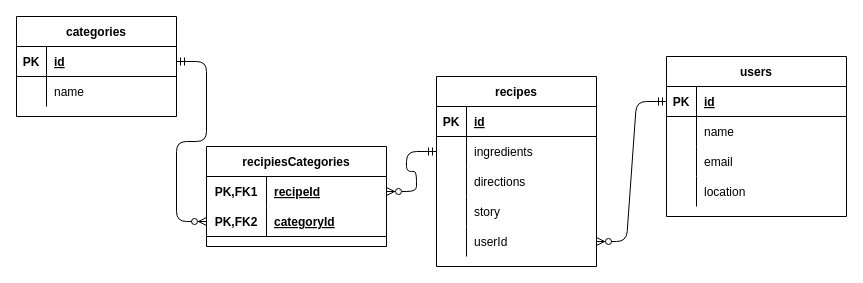
The draw.io diagram ERD.drawio in mitchdmarino/Simplifry, before the edit. Source tidied: cells renumbered, new cells numbered last; positions are measured from the earlier drawing's top-left corner, leaving out a move shared by most shapes. Both pictures are drawn from the tidied source at 100%, with x=0, y=0 at pixel (16, 16).
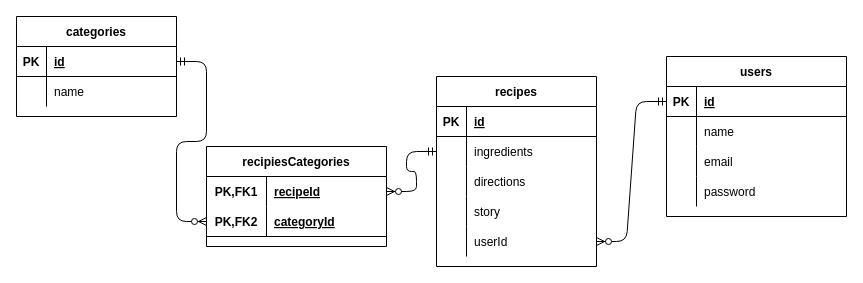
Above is the later version.

Unchanged cells that the change refers to:
```xml
<mxCell id="12" style="shape=partialRectangle;fillColor=none;top=0;left=0;bottom=0;right=0;" parent="2" vertex="1">
  <mxGeometry y="120" width="180" height="30" as="geometry" />
</mxCell>
```

Diff of the diagram source:
```diff
@@
-    <mxCell id="14" value="location" style="shape=partialRectangle;fillColor=none;top=0;left=0;bottom=0;right=0;align=left;spacingLeft=6;overflow=hidden;" parent="12" vertex="1">
+    <mxCell id="14" value="password" style="shape=partialRectangle;fillColor=none;top=0;left=0;bottom=0;right=0;align=left;spacingLeft=6;overflow=hidden;" parent="12" vertex="1">
       <mxGeometry x="30" width="150" height="30" as="geometry" />
     </mxCell>
```
